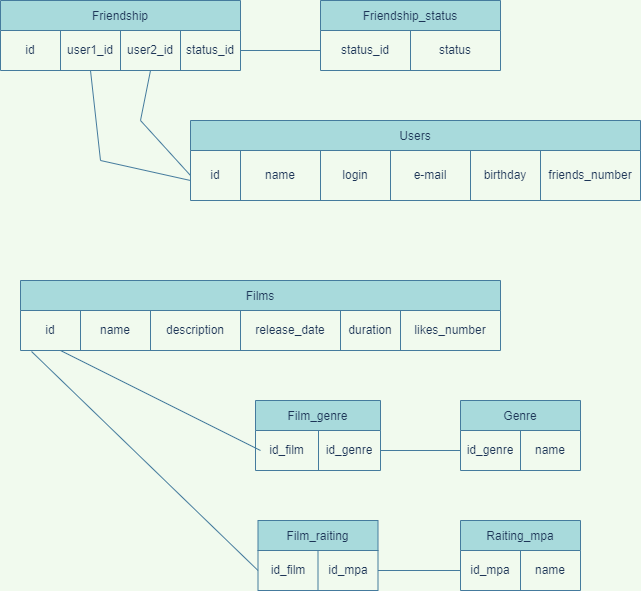
The draw.io diagram Схема filmorate.png in Ksenia91Dumina/java-filmorate, before a commit. Source tidied: cells renumbered, new cells last; positions are measured from the earlier drawing's top-left corner, leaving out a move shared by most shapes.
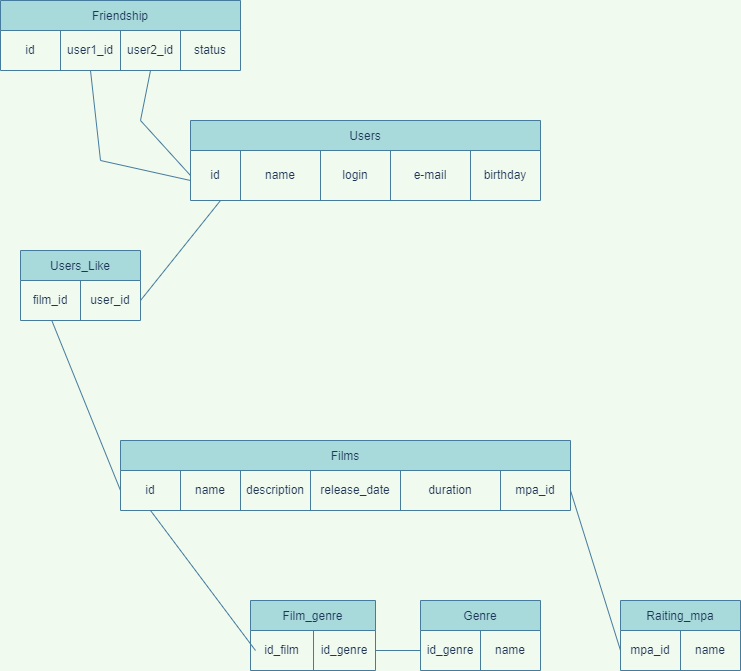
Above is the later version.

Commit message:
add-friends-likes

What changed in the source:
```diff
@@ -3,10 +3,10 @@
     <mxCell id="0" />
     <mxCell id="1" parent="0" />
     <mxCell id="2" value="Users" style="shape=table;startSize=30;fillColor=#A8DADC;strokeColor=#457B9D;fontColor=#1D3557;" parent="1" vertex="1">
-      <mxGeometry x="190" y="120" width="450" height="80" as="geometry" />
+      <mxGeometry x="190" y="120" width="350" height="80" as="geometry" />
     </mxCell>
     <mxCell id="3" style="shape=tableRow;horizontal=0;startSize=0;swimlaneHead=0;swimlaneBody=0;top=0;left=0;bottom=0;right=0;fillColor=none;points=[[0,0.5],[1,0.5]];portConstraint=eastwest;strokeColor=#457B9D;fontColor=#1D3557;" parent="2" vertex="1">
-      <mxGeometry y="30" width="450" height="50" as="geometry" />
+      <mxGeometry y="30" width="350" height="50" as="geometry" />
     </mxCell>
     <mxCell id="4" value="id" style="shape=partialRectangle;html=1;whiteSpace=wrap;overflow=hidden;fillColor=none;top=0;left=0;bottom=0;right=0;strokeColor=#457B9D;fontColor=#1D3557;" parent="3" vertex="1">
       <mxGeometry width="50" height="50" as="geometry" />
@@ -23,35 +23,32 @@
     <mxCell id="8" value="birthday" style="shape=partialRectangle;html=1;whiteSpace=wrap;overflow=hidden;fillColor=none;top=0;left=0;bottom=0;right=0;strokeColor=#457B9D;fontColor=#1D3557;" parent="3" vertex="1">
       <mxGeometry x="280" width="70" height="50" as="geometry" />
     </mxCell>
-    <mxCell id="9" value="friends_number" style="shape=partialRectangle;html=1;whiteSpace=wrap;overflow=hidden;fillColor=none;top=0;left=0;bottom=0;right=0;strokeColor=#457B9D;fontColor=#1D3557;" parent="3" vertex="1">
-      <mxGeometry x="350" width="100" height="50" as="geometry" />
-    </mxCell>
     <mxCell id="10" value="Films" style="shape=table;startSize=30;fillColor=#A8DADC;strokeColor=#457B9D;fontColor=#1D3557;" parent="1" vertex="1">
-      <mxGeometry x="20" y="280" width="480" height="70" as="geometry" />
+      <mxGeometry x="120" y="440" width="450" height="70" as="geometry" />
     </mxCell>
     <mxCell id="11" style="shape=tableRow;horizontal=0;startSize=0;swimlaneHead=0;swimlaneBody=0;top=0;left=0;bottom=0;right=0;fillColor=none;points=[[0,0.5],[1,0.5]];portConstraint=eastwest;strokeColor=#457B9D;fontColor=#1D3557;" parent="10" vertex="1">
-      <mxGeometry y="30" width="480" height="40" as="geometry" />
+      <mxGeometry y="30" width="450" height="40" as="geometry" />
     </mxCell>
+    <mxCell id="51" value="id" style="shape=partialRectangle;html=1;whiteSpace=wrap;overflow=hidden;fillColor=none;top=0;left=0;bottom=0;right=0;strokeColor=#457B9D;fontColor=#1D3557;" parent="11" vertex="1">
+      <mxGeometry width="60" height="40" as="geometry" />
+    </mxCell>
-    <mxCell id="12" value="id" style="shape=partialRectangle;html=1;whiteSpace=wrap;overflow=hidden;fillColor=none;top=0;left=0;bottom=0;right=0;strokeColor=#457B9D;fontColor=#1D3557;" parent="11" vertex="1">
-      <mxGeometry width="60" height="40" as="geometry" />
+    <mxCell id="12" value="name" style="shape=partialRectangle;html=1;whiteSpace=wrap;overflow=hidden;fillColor=none;top=0;left=0;bottom=0;right=0;strokeColor=#457B9D;fontColor=#1D3557;" parent="11" vertex="1">
+      <mxGeometry x="60" width="60" height="40" as="geometry" />
     </mxCell>
-    <mxCell id="13" value="name" style="shape=partialRectangle;html=1;whiteSpace=wrap;overflow=hidden;fillColor=none;top=0;left=0;bottom=0;right=0;strokeColor=#457B9D;fontColor=#1D3557;" parent="11" vertex="1">
-      <mxGeometry x="60" width="70" height="40" as="geometry" />
+    <mxCell id="13" value="description" style="shape=partialRectangle;html=1;whiteSpace=wrap;overflow=hidden;fillColor=none;top=0;left=0;bottom=0;right=0;strokeColor=#457B9D;fontColor=#1D3557;" parent="11" vertex="1">
+      <mxGeometry x="120" width="70" height="40" as="geometry" />
     </mxCell>
-    <mxCell id="14" value="description" style="shape=partialRectangle;html=1;whiteSpace=wrap;overflow=hidden;fillColor=none;top=0;left=0;bottom=0;right=0;strokeColor=#457B9D;fontColor=#1D3557;" parent="11" vertex="1">
-      <mxGeometry x="130" width="90" height="40" as="geometry" />
+    <mxCell id="14" value="release_date" style="shape=partialRectangle;html=1;whiteSpace=wrap;overflow=hidden;fillColor=none;top=0;left=0;bottom=0;right=0;strokeColor=#457B9D;fontColor=#1D3557;" parent="11" vertex="1">
+      <mxGeometry x="190" width="90" height="40" as="geometry" />
     </mxCell>
-    <mxCell id="15" value="release_date" style="shape=partialRectangle;html=1;whiteSpace=wrap;overflow=hidden;fillColor=none;top=0;left=0;bottom=0;right=0;strokeColor=#457B9D;fontColor=#1D3557;" parent="11" vertex="1">
-      <mxGeometry x="220" width="100" height="40" as="geometry" />
+    <mxCell id="15" value="duration" style="shape=partialRectangle;html=1;whiteSpace=wrap;overflow=hidden;fillColor=none;top=0;left=0;bottom=0;right=0;strokeColor=#457B9D;fontColor=#1D3557;" parent="11" vertex="1">
+      <mxGeometry x="280" width="100" height="40" as="geometry" />
     </mxCell>
-    <mxCell id="16" value="duration" style="shape=partialRectangle;html=1;whiteSpace=wrap;overflow=hidden;fillColor=none;top=0;left=0;bottom=0;right=0;strokeColor=#457B9D;fontColor=#1D3557;" parent="11" vertex="1">
-      <mxGeometry x="320" width="60" height="40" as="geometry" />
-    </mxCell>
-    <mxCell id="17" value="likes_number" style="shape=partialRectangle;html=1;whiteSpace=wrap;overflow=hidden;fillColor=none;top=0;left=0;bottom=0;right=0;strokeColor=#457B9D;fontColor=#1D3557;" parent="11" vertex="1">
-      <mxGeometry x="380" width="100" height="40" as="geometry" />
+    <mxCell id="17" value="mpa_id" style="shape=partialRectangle;html=1;whiteSpace=wrap;overflow=hidden;fillColor=none;top=0;left=0;bottom=0;right=0;strokeColor=#457B9D;fontColor=#1D3557;" parent="11" vertex="1">
+      <mxGeometry x="380" width="70" height="40" as="geometry" />
     </mxCell>
     <mxCell id="18" value="Genre" style="shape=table;startSize=30;fillColor=#A8DADC;strokeColor=#457B9D;fontColor=#1D3557;" parent="1" vertex="1">
-      <mxGeometry x="460" y="400" width="120" height="70" as="geometry" />
+      <mxGeometry x="420" y="600" width="120" height="70" as="geometry" />
     </mxCell>
     <mxCell id="19" style="shape=tableRow;horizontal=0;startSize=0;swimlaneHead=0;swimlaneBody=0;top=0;left=0;bottom=0;right=0;fillColor=none;points=[[0,0.5],[1,0.5]];portConstraint=eastwest;strokeColor=#457B9D;fontColor=#1D3557;" parent="18" vertex="1">
       <mxGeometry y="30" width="120" height="40" as="geometry" />
@@ -63,7 +60,7 @@
       <mxGeometry x="60" width="60" height="40" as="geometry" />
     </mxCell>
     <mxCell id="22" value="Film_genre" style="shape=table;startSize=30;fillColor=#A8DADC;strokeColor=#457B9D;fontColor=#1D3557;" parent="1" vertex="1">
-      <mxGeometry x="255" y="400" width="125" height="70" as="geometry" />
+      <mxGeometry x="250" y="600" width="125" height="70" as="geometry" />
     </mxCell>
     <mxCell id="23" style="shape=tableRow;horizontal=0;startSize=0;swimlaneHead=0;swimlaneBody=0;top=0;left=0;bottom=0;right=0;fillColor=none;points=[[0,0.5],[1,0.5]];portConstraint=eastwest;strokeColor=#457B9D;fontColor=#1D3557;" parent="22" vertex="1">
       <mxGeometry y="30" width="125" height="40" as="geometry" />
@@ -76,44 +73,24 @@
     </mxCell>
     <mxCell id="26" style="endArrow=none;html=1;rounded=0;elbow=vertical;exitX=0.04;exitY=0.5;exitDx=0;exitDy=0;exitPerimeter=0;labelBackgroundColor=#F1FAEE;strokeColor=#457B9D;fontColor=#1D3557;" parent="1" edge="1" source="23">
       <mxGeometry relative="1" as="geometry">
-        <mxPoint x="60" y="350" as="targetPoint" />
+        <mxPoint x="150" y="510" as="targetPoint" />
       </mxGeometry>
     </mxCell>
     <mxCell id="27" style="endArrow=none;html=1;rounded=0;elbow=vertical;entryX=0;entryY=0.5;entryDx=0;entryDy=0;exitX=1;exitY=0.5;exitDx=0;exitDy=0;labelBackgroundColor=#F1FAEE;strokeColor=#457B9D;fontColor=#1D3557;" parent="1" edge="1" source="23" target="19">
       <mxGeometry relative="1" as="geometry" />
     </mxCell>
     <mxCell id="28" value="Raiting_mpa" style="shape=table;startSize=30;fillColor=#A8DADC;strokeColor=#457B9D;fontColor=#1D3557;" parent="1" vertex="1">
-      <mxGeometry x="460" y="520" width="120" height="70" as="geometry" />
+      <mxGeometry x="620" y="600" width="120" height="70" as="geometry" />
     </mxCell>
     <mxCell id="29" style="shape=tableRow;horizontal=0;startSize=0;swimlaneHead=0;swimlaneBody=0;top=0;left=0;bottom=0;right=0;fillColor=none;points=[[0,0.5],[1,0.5]];portConstraint=eastwest;strokeColor=#457B9D;fontColor=#1D3557;" parent="28" vertex="1">
       <mxGeometry y="30" width="120" height="40" as="geometry" />
     </mxCell>
-    <mxCell id="30" value="id_mpa" style="shape=partialRectangle;html=1;whiteSpace=wrap;overflow=hidden;fillColor=none;top=0;left=0;bottom=0;right=0;strokeColor=#457B9D;fontColor=#1D3557;" parent="29" vertex="1">
+    <mxCell id="30" value="mpa_id" style="shape=partialRectangle;html=1;whiteSpace=wrap;overflow=hidden;fillColor=none;top=0;left=0;bottom=0;right=0;strokeColor=#457B9D;fontColor=#1D3557;" parent="29" vertex="1">
       <mxGeometry width="60" height="40" as="geometry" />
     </mxCell>
     <mxCell id="31" value="name" style="shape=partialRectangle;html=1;whiteSpace=wrap;overflow=hidden;fillColor=none;top=0;left=0;bottom=0;right=0;strokeColor=#457B9D;fontColor=#1D3557;" parent="29" vertex="1">
       <mxGeometry x="60" width="60" height="40" as="geometry" />
     </mxCell>
-    <mxCell id="32" value="Film_raiting" style="shape=table;startSize=30;fillColor=#A8DADC;strokeColor=#457B9D;fontColor=#1D3557;" parent="1" vertex="1">
-      <mxGeometry x="257.5" y="520" width="120" height="70" as="geometry" />
-    </mxCell>
-    <mxCell id="33" style="shape=tableRow;horizontal=0;startSize=0;swimlaneHead=0;swimlaneBody=0;top=0;left=0;bottom=0;right=0;fillColor=none;points=[[0,0.5],[1,0.5]];portConstraint=eastwest;strokeColor=#457B9D;fontColor=#1D3557;" parent="32" vertex="1">
-      <mxGeometry y="30" width="120" height="40" as="geometry" />
-    </mxCell>
-    <mxCell id="34" value="id_film" style="shape=partialRectangle;html=1;whiteSpace=wrap;overflow=hidden;fillColor=none;top=0;left=0;bottom=0;right=0;strokeColor=#457B9D;fontColor=#1D3557;" parent="33" vertex="1">
-      <mxGeometry width="60" height="40" as="geometry" />
-    </mxCell>
-    <mxCell id="35" value="id_mpa" style="shape=partialRectangle;html=1;whiteSpace=wrap;overflow=hidden;fillColor=none;top=0;left=0;bottom=0;right=0;strokeColor=#457B9D;fontColor=#1D3557;" parent="33" vertex="1">
-      <mxGeometry x="60" width="60" height="40" as="geometry" />
-    </mxCell>
-    <mxCell id="36" style="endArrow=none;html=1;rounded=0;elbow=vertical;entryX=0.023;entryY=1.025;entryDx=0;entryDy=0;entryPerimeter=0;exitX=0;exitY=0.5;exitDx=0;exitDy=0;labelBackgroundColor=#F1FAEE;strokeColor=#457B9D;fontColor=#1D3557;" parent="1" edge="1" source="33" target="11">
-      <mxGeometry relative="1" as="geometry" />
-    </mxCell>
-    <mxCell id="37" style="endArrow=none;html=1;rounded=0;elbow=vertical;entryX=0;entryY=0.5;entryDx=0;entryDy=0;labelBackgroundColor=#F1FAEE;strokeColor=#457B9D;fontColor=#1D3557;" parent="1" edge="1" target="29">
-      <mxGeometry relative="1" as="geometry">
-        <mxPoint x="377.5" y="570" as="sourcePoint" />
-      </mxGeometry>
-    </mxCell>
     <mxCell id="38" value="Friendship" style="shape=table;startSize=30;fontColor=#1D3557;strokeColor=#457B9D;fillColor=#A8DADC;" parent="1" vertex="1">
       <mxGeometry width="240" height="70" as="geometry" />
     </mxCell>
@@ -129,24 +106,9 @@
     <mxCell id="42" value="user2_id" style="shape=partialRectangle;html=1;whiteSpace=wrap;overflow=hidden;fillColor=none;top=0;left=0;bottom=0;right=0;fontColor=#1D3557;strokeColor=#457B9D;" parent="39" vertex="1">
       <mxGeometry x="120" width="60" height="40" as="geometry" />
     </mxCell>
-    <mxCell id="43" value="status_id" style="shape=partialRectangle;html=1;whiteSpace=wrap;overflow=hidden;fillColor=none;top=0;left=0;bottom=0;right=0;fontColor=#1D3557;strokeColor=#457B9D;" parent="39" vertex="1">
+    <mxCell id="43" value="status" style="shape=partialRectangle;html=1;whiteSpace=wrap;overflow=hidden;fillColor=none;top=0;left=0;bottom=0;right=0;fontColor=#1D3557;strokeColor=#457B9D;" parent="39" vertex="1">
       <mxGeometry x="180" width="60" height="40" as="geometry" />
     </mxCell>
-    <mxCell id="44" value="Friendship_status" style="shape=table;startSize=30;fontColor=#1D3557;strokeColor=#457B9D;fillColor=#A8DADC;" parent="1" vertex="1">
-      <mxGeometry x="320" width="180" height="70" as="geometry" />
-    </mxCell>
-    <mxCell id="45" style="shape=tableRow;horizontal=0;startSize=0;swimlaneHead=0;swimlaneBody=0;top=0;left=0;bottom=0;right=0;fillColor=none;points=[[0,0.5],[1,0.5]];portConstraint=eastwest;fontColor=#1D3557;strokeColor=#457B9D;" parent="44" vertex="1">
-      <mxGeometry y="30" width="180" height="40" as="geometry" />
-    </mxCell>
-    <mxCell id="46" value="status_id" style="shape=partialRectangle;html=1;whiteSpace=wrap;overflow=hidden;fillColor=none;top=0;left=0;bottom=0;right=0;fontColor=#1D3557;strokeColor=#457B9D;" parent="45" vertex="1">
-      <mxGeometry width="90" height="40" as="geometry" />
-    </mxCell>
-    <mxCell id="47" value="status" style="shape=partialRectangle;html=1;whiteSpace=wrap;overflow=hidden;fillColor=none;top=0;left=0;bottom=0;right=0;fontColor=#1D3557;strokeColor=#457B9D;" parent="45" vertex="1">
-      <mxGeometry x="90" width="90" height="40" as="geometry" />
-    </mxCell>
-    <mxCell id="48" style="endArrow=none;html=1;rounded=0;fontColor=#1D3557;strokeColor=#457B9D;fillColor=#A8DADC;exitX=0;exitY=0.5;exitDx=0;exitDy=0;entryX=1;entryY=0.5;entryDx=0;entryDy=0;" parent="1" edge="1" source="45" target="39">
-      <mxGeometry relative="1" as="geometry" />
-    </mxCell>
     <mxCell id="49" style="endArrow=none;html=1;rounded=0;fontColor=#1D3557;strokeColor=#457B9D;fillColor=#A8DADC;" parent="1" edge="1">
       <mxGeometry relative="1" as="geometry">
         <mxPoint x="190" y="180" as="sourcePoint" />
@@ -164,5 +126,28 @@
         </Array>
       </mxGeometry>
     </mxCell>
+    <mxCell id="52" style="endArrow=none;html=1;rounded=0;fontColor=#1D3557;strokeColor=#457B9D;fillColor=#A8DADC;exitX=1;exitY=0.5;exitDx=0;exitDy=0;entryX=0;entryY=0.5;entryDx=0;entryDy=0;" parent="1" edge="1" source="11" target="29">
+      <mxGeometry relative="1" as="geometry" />
+    </mxCell>
+    <mxCell id="53" value="Users_Like" style="shape=table;startSize=30;fontColor=#1D3557;strokeColor=#457B9D;fillColor=#A8DADC;" parent="1" vertex="1">
+      <mxGeometry x="20" y="250" width="120" height="70" as="geometry" />
+    </mxCell>
+    <mxCell id="54" style="shape=tableRow;horizontal=0;startSize=0;swimlaneHead=0;swimlaneBody=0;top=0;left=0;bottom=0;right=0;fillColor=none;points=[[0,0.5],[1,0.5]];portConstraint=eastwest;fontColor=#1D3557;strokeColor=#457B9D;" parent="53" vertex="1">
+      <mxGeometry y="30" width="120" height="40" as="geometry" />
+    </mxCell>
+    <mxCell id="55" value="film_id" style="shape=partialRectangle;html=1;whiteSpace=wrap;overflow=hidden;fillColor=none;top=0;left=0;bottom=0;right=0;fontColor=#1D3557;strokeColor=#457B9D;" parent="54" vertex="1">
+      <mxGeometry width="60" height="40" as="geometry" />
+    </mxCell>
+    <mxCell id="56" value="user_id" style="shape=partialRectangle;html=1;whiteSpace=wrap;overflow=hidden;fillColor=none;top=0;left=0;bottom=0;right=0;fontColor=#1D3557;strokeColor=#457B9D;" parent="54" vertex="1">
+      <mxGeometry x="60" width="60" height="40" as="geometry" />
+    </mxCell>
+    <mxCell id="57" style="endArrow=none;html=1;rounded=0;fontColor=#1D3557;strokeColor=#457B9D;fillColor=#A8DADC;exitX=1;exitY=0.5;exitDx=0;exitDy=0;" parent="1" edge="1" source="54">
+      <mxGeometry relative="1" as="geometry">
+        <mxPoint x="220" y="200" as="targetPoint" />
+      </mxGeometry>
+    </mxCell>
+    <mxCell id="58" style="endArrow=none;html=1;rounded=0;fontColor=#1D3557;strokeColor=#457B9D;fillColor=#A8DADC;exitX=0;exitY=0.5;exitDx=0;exitDy=0;entryX=0.26;entryY=0.995;entryDx=0;entryDy=0;entryPerimeter=0;" parent="1" edge="1" source="11" target="54">
+      <mxGeometry relative="1" as="geometry" />
+    </mxCell>
   </root>
 </mxGraphModel>
```
